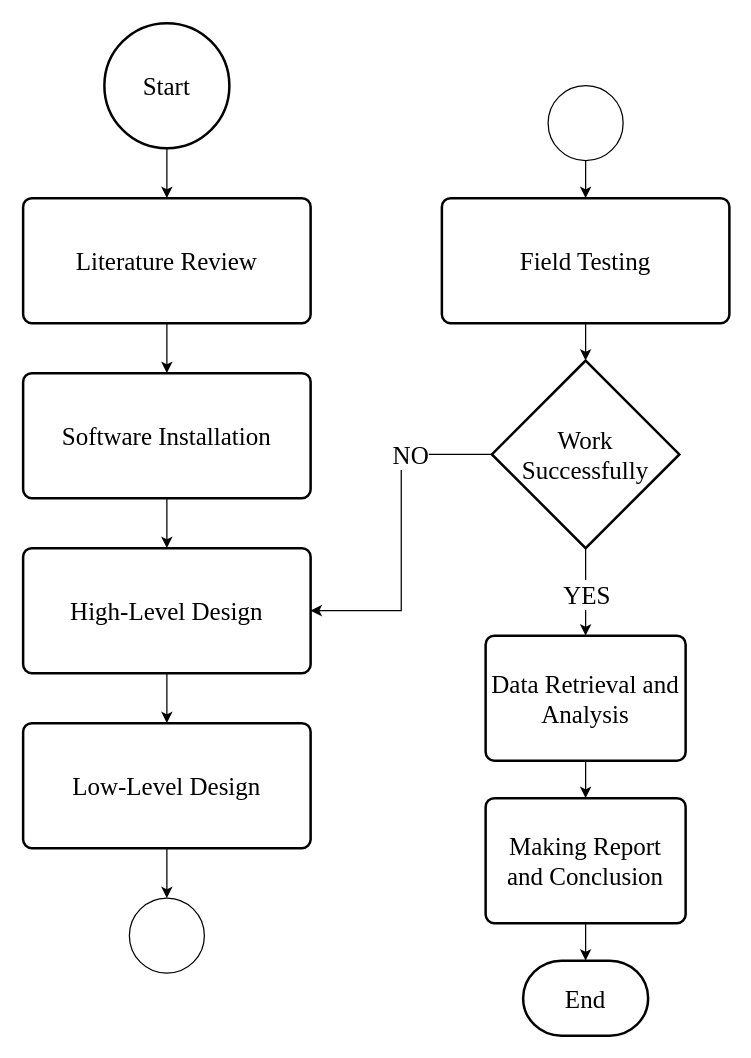
This is page "Scheme" (2 of 5) of OFDM.drawio from troders34/research, a draw.io file, before an edit. Source tidied: cells renumbered, new cells numbered last; positions are measured from the earlier drawing's top-left corner, leaving out a move shared by most shapes. Both pictures are drawn from the tidied source at 125%, with x=0, y=0 at pixel (22, 22).
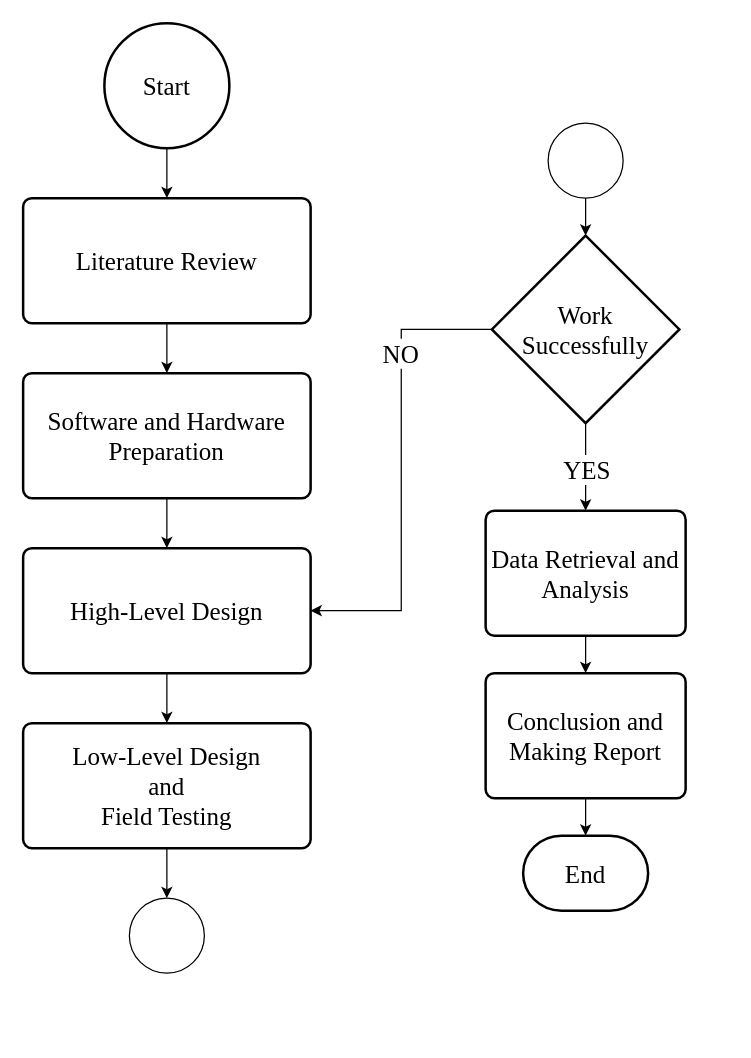
The same diagram, later.

What changed in the source:
```diff
@@
     <mxCell id="4" value="End" style="strokeWidth=2;html=1;shape=mxgraph.flowchart.terminator;whiteSpace=wrap;fontFamily=Times New Roman;fontSize=20;" parent="1" vertex="1">
-      <mxGeometry x="400" y="750" width="100" height="60" as="geometry" />
+      <mxGeometry x="400" y="650" width="100" height="60" as="geometry" />
     </mxCell>
@@
-    <mxCell id="9" value="Low-Level Design" style="rounded=1;whiteSpace=wrap;html=1;absoluteArcSize=1;arcSize=14;strokeWidth=2;fontFamily=Times New Roman;fontSize=20;" parent="1" vertex="1">
+    <mxCell id="9" value="Low-Level Design&lt;div&gt;and&lt;/div&gt;&lt;div&gt;Field Testing&lt;/div&gt;" style="rounded=1;whiteSpace=wrap;html=1;absoluteArcSize=1;arcSize=14;strokeWidth=2;fontFamily=Times New Roman;fontSize=20;" parent="1" vertex="1">
       <mxGeometry y="560" width="230" height="100" as="geometry" />
     </mxCell>
-    <mxCell id="10" value="Field Testing" style="rounded=1;whiteSpace=wrap;html=1;absoluteArcSize=1;arcSize=14;strokeWidth=2;fontFamily=Times New Roman;fontSize=20;" parent="1" vertex="1">
-      <mxGeometry x="335" y="140" width="230" height="100" as="geometry" />
-    </mxCell>
@@
     <mxCell id="15" value="Work&lt;div&gt;Successfully&lt;/div&gt;" style="strokeWidth=2;html=1;shape=mxgraph.flowchart.decision;whiteSpace=wrap;fontFamily=Times New Roman;fontSize=20;" parent="1" vertex="1">
-      <mxGeometry x="375" y="270" width="150" height="150" as="geometry" />
+      <mxGeometry x="375" y="170" width="150" height="150" as="geometry" />
     </mxCell>
@@
     <mxCell id="17" value="Data Retrieval and Analysis" style="rounded=1;whiteSpace=wrap;html=1;absoluteArcSize=1;arcSize=14;strokeWidth=2;fontFamily=Times New Roman;fontSize=20;" parent="1" vertex="1">
-      <mxGeometry x="370" y="490" width="160" height="100" as="geometry" />
+      <mxGeometry x="370" y="390" width="160" height="100" as="geometry" />
     </mxCell>
-    <mxCell id="18" value="Making Report&lt;div&gt;and Conclusion&lt;/div&gt;" style="rounded=1;whiteSpace=wrap;html=1;absoluteArcSize=1;arcSize=14;strokeWidth=2;fontFamily=Times New Roman;fontSize=20;" parent="1" vertex="1">
-      <mxGeometry x="370" y="620" width="160" height="100" as="geometry" />
+    <mxCell id="18" value="&lt;div&gt;Conclusion and&lt;/div&gt;&lt;div&gt;&lt;span style=&quot;background-color: transparent; color: light-dark(rgb(0, 0, 0), rgb(255, 255, 255));&quot;&gt;Making Report&lt;/span&gt;&lt;/div&gt;" style="rounded=1;whiteSpace=wrap;html=1;absoluteArcSize=1;arcSize=14;strokeWidth=2;fontFamily=Times New Roman;fontSize=20;" parent="1" vertex="1">
+      <mxGeometry x="370" y="520" width="160" height="100" as="geometry" />
     </mxCell>
@@
-    <mxCell id="20" style="edgeStyle=orthogonalEdgeStyle;rounded=0;jettySize=auto;html=1;exitX=0.5;exitY=1;exitDx=0;exitDy=0;exitPerimeter=0;entryX=0.5;entryY=0;entryDx=0;entryDy=0;" parent="1" edge="1" source="21" target="10">
-      <mxGeometry relative="1" as="geometry" />
-    </mxCell>
     <mxCell id="21" style="verticalLabelPosition=bottom;verticalAlign=top;html=1;shape=mxgraph.flowchart.on-page_reference;" parent="1" vertex="1">
-      <mxGeometry x="420" y="50" width="60" height="60" as="geometry" />
+      <mxGeometry x="420" y="80" width="60" height="60" as="geometry" />
     </mxCell>
@@
-    <mxCell id="24" value="Software Installation" style="rounded=1;whiteSpace=wrap;html=1;absoluteArcSize=1;arcSize=14;strokeWidth=2;fontFamily=Times New Roman;fontSize=20;" parent="1" vertex="1">
+    <mxCell id="24" value="Software and Hardware&lt;div&gt;Preparation&lt;/div&gt;" style="rounded=1;whiteSpace=wrap;html=1;absoluteArcSize=1;arcSize=14;strokeWidth=2;fontFamily=Times New Roman;fontSize=20;" parent="1" vertex="1">
       <mxGeometry y="280" width="230" height="100" as="geometry" />
     </mxCell>
@@
-    <mxCell id="26" style="edgeStyle=orthogonalEdgeStyle;rounded=0;jettySize=auto;html=1;exitX=0.5;exitY=1;exitDx=0;exitDy=0;entryX=0.5;entryY=0;entryDx=0;entryDy=0;entryPerimeter=0;" parent="1" edge="1" source="10" target="15">
+    <mxCell id="26" style="edgeStyle=orthogonalEdgeStyle;rounded=0;jettySize=auto;html=1;exitX=0.5;exitY=1;exitDx=0;exitDy=0;entryX=0.5;entryY=0;entryDx=0;entryDy=0;entryPerimeter=0;exitPerimeter=0;" parent="1" edge="1" source="21" target="15">
       <mxGeometry relative="1" as="geometry" />
     </mxCell>
```
